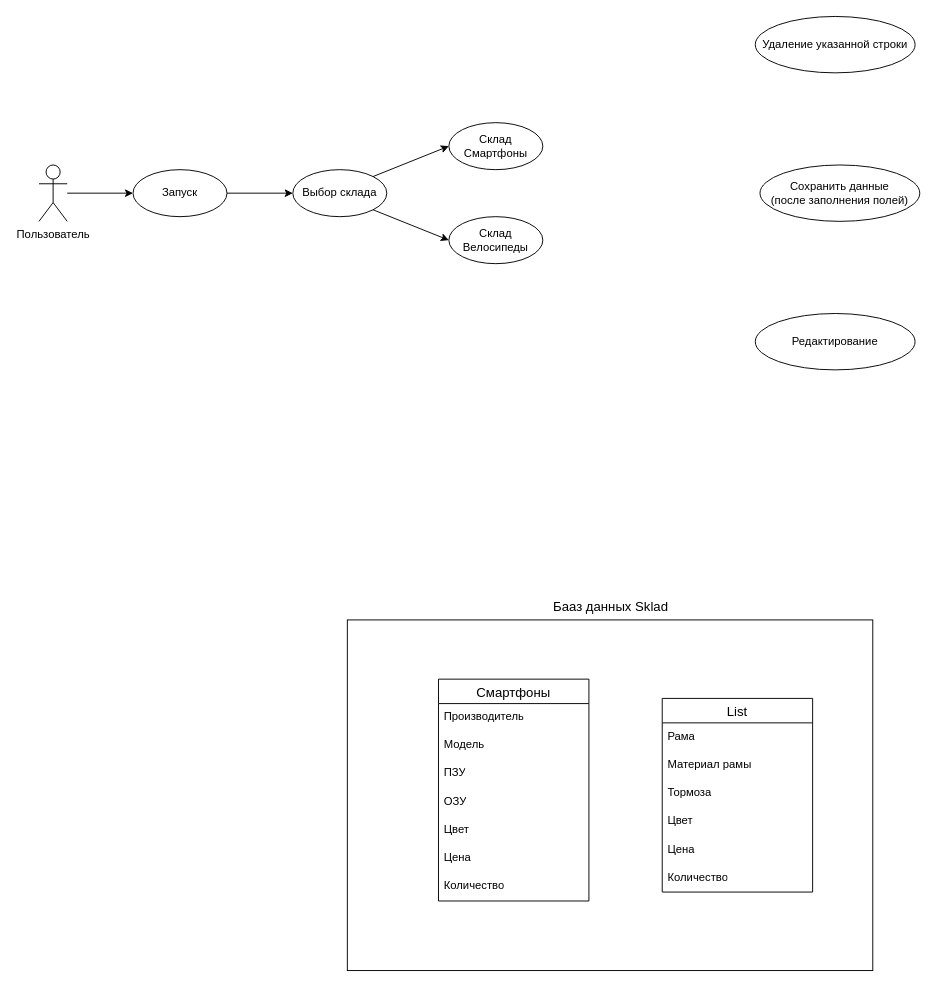
The draw.io diagram Диаграмма прецедентов.drawio in Aazmandiuc/MDK_01.01, before the edit. Source tidied: cells renumbered, new cells numbered last; positions are measured from the earlier drawing's top-left corner, leaving out a move shared by most shapes. Both pictures are drawn from the tidied source at 94%, with x=0, y=0 at pixel (39, 16).
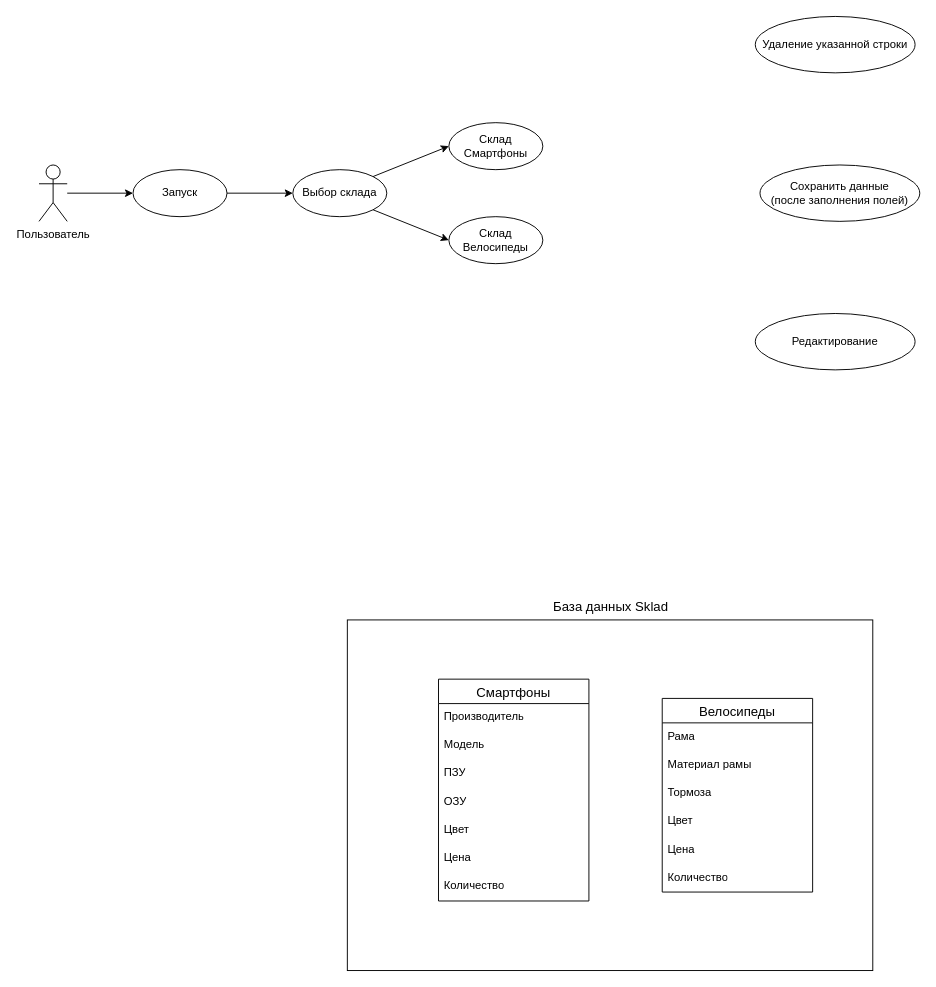
Above is the later version.

Change to the diagram source:
```diff
@@
-    <mxCell id="23" value="List" style="swimlane;fontStyle=0;horizontal=1;startSize=26;align=center;fontSize=14;" parent="1" vertex="1">
+    <mxCell id="23" value="Велосипеды" style="swimlane;fontStyle=0;horizontal=1;startSize=26;align=center;fontSize=14;" parent="1" vertex="1">
       <mxGeometry x="663" y="725.5" width="160" height="206" as="geometry" />
     </mxCell>
@@
-    <mxCell id="30" value="&lt;font style=&quot;font-size: 14px;&quot;&gt;Бааз данных&amp;nbsp;Sklad&lt;/font&gt;" style="text;html=1;align=center;verticalAlign=middle;strokeColor=none;fillColor=none;" parent="1" vertex="1">
+    <mxCell id="30" value="&lt;font style=&quot;font-size: 14px;&quot;&gt;База данных&amp;nbsp;Sklad&lt;/font&gt;" style="text;html=1;align=center;verticalAlign=middle;strokeColor=none;fillColor=none;" parent="1" vertex="1">
       <mxGeometry x="537.5" y="613" width="140" height="29" as="geometry" />
     </mxCell>
```
